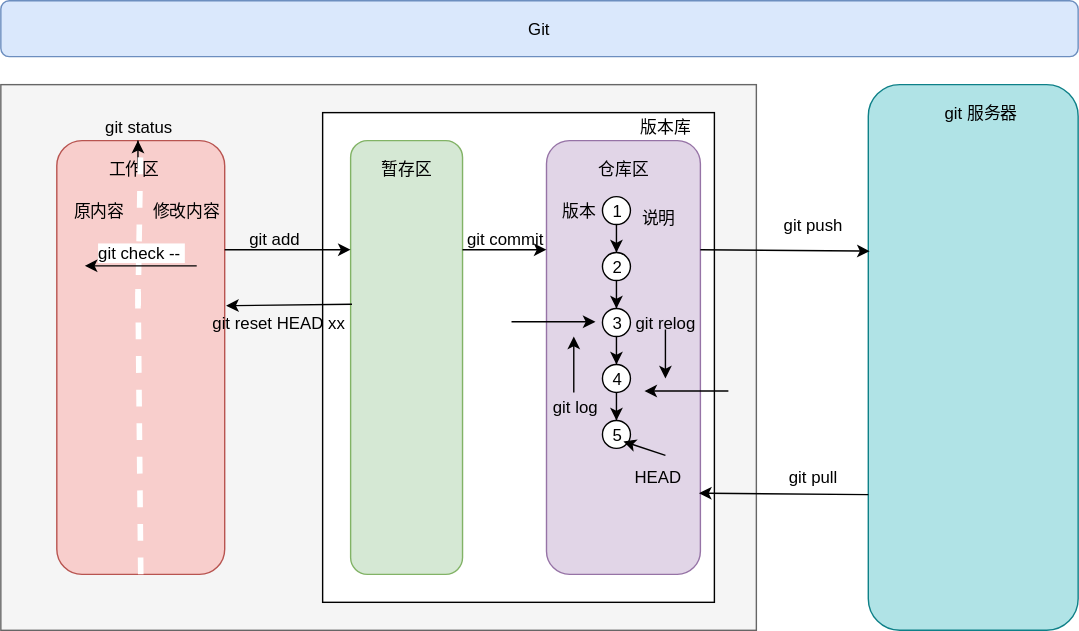
Earlier version of the draw.io export 03-工作流/images/git.svg (cd-home/Root). Source tidied: cells renumbered, new cells last; positions are measured from the earlier drawing's top-left corner, leaving out a move shared by most shapes.
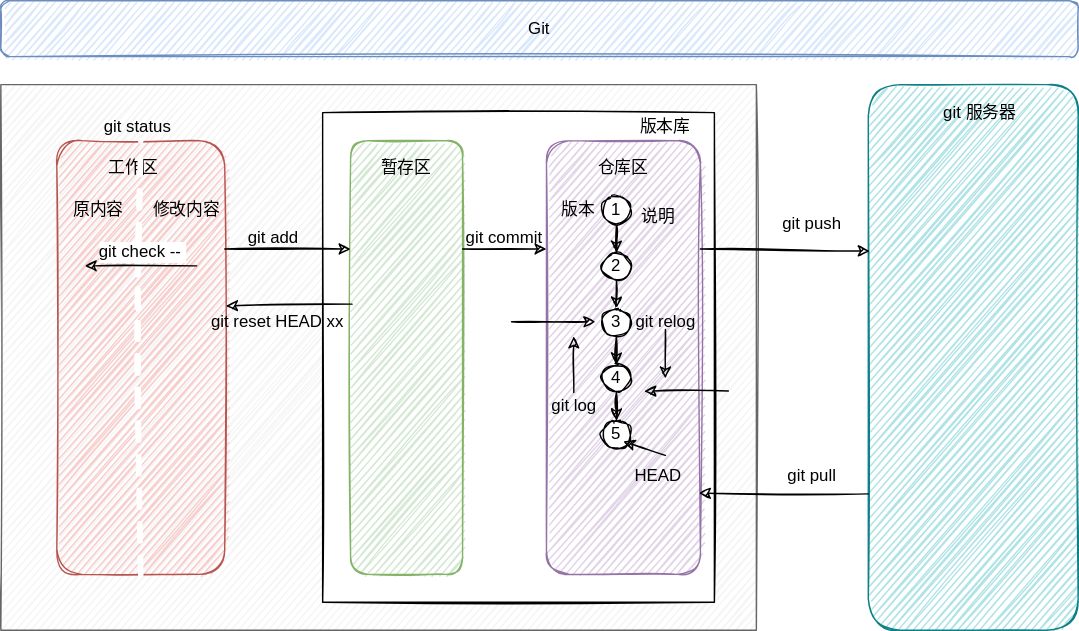
The same diagram one commit later.

What changed in the source:
```diff
@@ -2,175 +2,175 @@
   <root>
     <mxCell id="0" />
     <mxCell id="1" parent="0" />
-    <mxCell id="2" value="Git&lt;br&gt;" style="rounded=1;whiteSpace=wrap;html=1;fillColor=#dae8fc;strokeColor=#6c8ebf;" parent="1" vertex="1">
+    <mxCell id="2" value="Git&lt;br&gt;" style="rounded=1;whiteSpace=wrap;html=1;fillColor=#dae8fc;strokeColor=#6c8ebf;sketch=1;" parent="1" vertex="1">
       <mxGeometry width="770" height="40" as="geometry" />
     </mxCell>
-    <mxCell id="3" style="rounded=1;whiteSpace=wrap;html=1;fillColor=#b0e3e6;strokeColor=#0e8088;" parent="1" vertex="1">
+    <mxCell id="3" style="rounded=1;whiteSpace=wrap;html=1;fillColor=#b0e3e6;strokeColor=#0e8088;sketch=1;" parent="1" vertex="1">
       <mxGeometry x="620" y="60" width="150" height="390" as="geometry" />
     </mxCell>
-    <mxCell id="4" style="rounded=0;whiteSpace=wrap;html=1;fillColor=#f5f5f5;strokeColor=#666666;fontColor=#333333;" parent="1" vertex="1">
+    <mxCell id="4" style="rounded=0;whiteSpace=wrap;html=1;fillColor=#f5f5f5;strokeColor=#666666;fontColor=#333333;sketch=1;" parent="1" vertex="1">
       <mxGeometry y="60" width="540" height="390" as="geometry" />
     </mxCell>
-    <mxCell id="5" style="rounded=1;whiteSpace=wrap;html=1;fillColor=#f8cecc;strokeColor=#b85450;" parent="1" vertex="1">
+    <mxCell id="5" style="rounded=1;whiteSpace=wrap;html=1;fillColor=#f8cecc;strokeColor=#b85450;sketch=1;" parent="1" vertex="1">
       <mxGeometry x="40" y="100" width="120" height="310" as="geometry" />
     </mxCell>
-    <mxCell id="6" style="rounded=0;whiteSpace=wrap;html=1;" parent="1" vertex="1">
+    <mxCell id="6" style="rounded=0;whiteSpace=wrap;html=1;sketch=1;" parent="1" vertex="1">
       <mxGeometry x="230" y="80" width="280" height="350" as="geometry" />
     </mxCell>
-    <mxCell id="7" style="rounded=1;whiteSpace=wrap;html=1;fillColor=#d5e8d4;strokeColor=#82b366;" parent="1" vertex="1">
+    <mxCell id="7" style="rounded=1;whiteSpace=wrap;html=1;fillColor=#d5e8d4;strokeColor=#82b366;sketch=1;" parent="1" vertex="1">
       <mxGeometry x="250" y="100" width="80" height="310" as="geometry" />
     </mxCell>
-    <mxCell id="8" style="rounded=1;whiteSpace=wrap;html=1;fillColor=#e1d5e7;strokeColor=#9673a6;" parent="1" vertex="1">
+    <mxCell id="8" style="rounded=1;whiteSpace=wrap;html=1;fillColor=#e1d5e7;strokeColor=#9673a6;sketch=1;" parent="1" vertex="1">
       <mxGeometry x="390" y="100" width="110" height="310" as="geometry" />
     </mxCell>
-    <mxCell id="9" value="工作区" style="text;html=1;strokeColor=none;fillColor=none;align=center;verticalAlign=middle;whiteSpace=wrap;rounded=0;" parent="1" vertex="1">
+    <mxCell id="9" value="工作区" style="text;html=1;strokeColor=none;fillColor=none;align=center;verticalAlign=middle;whiteSpace=wrap;rounded=0;sketch=1;" parent="1" vertex="1">
       <mxGeometry x="50" y="110" width="90" height="20" as="geometry" />
     </mxCell>
-    <mxCell id="10" value="版本库" style="text;html=1;strokeColor=none;fillColor=none;align=center;verticalAlign=middle;whiteSpace=wrap;rounded=0;" parent="1" vertex="1">
+    <mxCell id="10" value="版本库" style="text;html=1;strokeColor=none;fillColor=none;align=center;verticalAlign=middle;whiteSpace=wrap;rounded=0;sketch=1;" parent="1" vertex="1">
       <mxGeometry x="450" y="80" width="50" height="20" as="geometry" />
     </mxCell>
-    <mxCell id="11" value="暂存区" style="text;html=1;strokeColor=none;fillColor=none;align=center;verticalAlign=middle;whiteSpace=wrap;rounded=0;" parent="1" vertex="1">
+    <mxCell id="11" value="暂存区" style="text;html=1;strokeColor=none;fillColor=none;align=center;verticalAlign=middle;whiteSpace=wrap;rounded=0;sketch=1;" parent="1" vertex="1">
       <mxGeometry x="270" y="110" width="40" height="20" as="geometry" />
     </mxCell>
-    <mxCell id="12" value="仓库区" style="text;html=1;strokeColor=none;fillColor=none;align=center;verticalAlign=middle;whiteSpace=wrap;rounded=0;" parent="1" vertex="1">
+    <mxCell id="12" value="仓库区" style="text;html=1;strokeColor=none;fillColor=none;align=center;verticalAlign=middle;whiteSpace=wrap;rounded=0;sketch=1;" parent="1" vertex="1">
       <mxGeometry x="425" y="110" width="40" height="20" as="geometry" />
     </mxCell>
-    <mxCell id="13" style="endArrow=classic;html=1;exitX=1;exitY=0.25;exitDx=0;exitDy=0;entryX=0;entryY=0.25;entryDx=0;entryDy=0;" parent="1" edge="1" source="5" target="7">
+    <mxCell id="13" style="endArrow=classic;html=1;exitX=1;exitY=0.25;exitDx=0;exitDy=0;entryX=0;entryY=0.25;entryDx=0;entryDy=0;sketch=1;" parent="1" edge="1" source="5" target="7">
       <mxGeometry relative="1" as="geometry" />
     </mxCell>
-    <mxCell id="14" value="git add" style="text;html=1;strokeColor=none;fillColor=none;align=center;verticalAlign=middle;whiteSpace=wrap;rounded=0;" parent="1" vertex="1">
+    <mxCell id="14" value="git add" style="text;html=1;strokeColor=none;fillColor=none;align=center;verticalAlign=middle;whiteSpace=wrap;rounded=0;sketch=1;" parent="1" vertex="1">
       <mxGeometry x="175" y="160" width="40" height="20" as="geometry" />
     </mxCell>
-    <mxCell id="15" style="endArrow=classic;html=1;exitX=1;exitY=0.25;exitDx=0;exitDy=0;entryX=0;entryY=0.25;entryDx=0;entryDy=0;" parent="1" edge="1" source="7" target="8">
+    <mxCell id="15" style="endArrow=classic;html=1;exitX=1;exitY=0.25;exitDx=0;exitDy=0;entryX=0;entryY=0.25;entryDx=0;entryDy=0;sketch=1;" parent="1" edge="1" source="7" target="8">
       <mxGeometry relative="1" as="geometry" />
     </mxCell>
-    <mxCell id="16" value="git commit" style="text;html=1;strokeColor=none;fillColor=none;align=center;verticalAlign=middle;whiteSpace=wrap;rounded=0;" parent="1" vertex="1">
+    <mxCell id="16" value="git commit" style="text;html=1;strokeColor=none;fillColor=none;align=center;verticalAlign=middle;whiteSpace=wrap;rounded=0;sketch=1;" parent="1" vertex="1">
       <mxGeometry x="330" y="160" width="60" height="20" as="geometry" />
     </mxCell>
-    <mxCell id="17" value="git status" style="text;html=1;strokeColor=none;fillColor=none;align=center;verticalAlign=middle;whiteSpace=wrap;rounded=0;" parent="1" vertex="1">
+    <mxCell id="17" value="git status" style="text;html=1;strokeColor=none;fillColor=none;align=center;verticalAlign=middle;whiteSpace=wrap;rounded=0;sketch=1;" parent="1" vertex="1">
       <mxGeometry x="62.5" y="80" width="70" height="20" as="geometry" />
     </mxCell>
-    <mxCell id="18" style="edgeStyle=orthogonalEdgeStyle;rounded=0;orthogonalLoop=1;jettySize=auto;html=1;exitX=0.5;exitY=1;exitDx=0;exitDy=0;" parent="1" edge="1" source="17" target="17">
+    <mxCell id="18" style="edgeStyle=orthogonalEdgeStyle;rounded=0;orthogonalLoop=1;jettySize=auto;html=1;exitX=0.5;exitY=1;exitDx=0;exitDy=0;sketch=1;" parent="1" edge="1" source="17" target="17">
       <mxGeometry relative="1" as="geometry" />
     </mxCell>
-    <mxCell id="19" value="git 服务器" style="text;html=1;strokeColor=none;fillColor=none;align=center;verticalAlign=middle;whiteSpace=wrap;rounded=0;" parent="1" vertex="1">
+    <mxCell id="19" value="git 服务器" style="text;html=1;strokeColor=none;fillColor=none;align=center;verticalAlign=middle;whiteSpace=wrap;rounded=0;sketch=1;" parent="1" vertex="1">
       <mxGeometry x="670" y="70" width="60" height="20" as="geometry" />
     </mxCell>
-    <mxCell id="20" style="edgeStyle=orthogonalEdgeStyle;rounded=0;jettySize=auto;html=1;" parent="1" edge="1" source="21" target="23">
+    <mxCell id="20" style="edgeStyle=orthogonalEdgeStyle;rounded=0;jettySize=auto;html=1;sketch=1;" parent="1" edge="1" source="21" target="23">
       <mxGeometry relative="1" as="geometry" />
     </mxCell>
-    <mxCell id="21" value="1" style="ellipse;whiteSpace=wrap;html=1;" parent="1" vertex="1">
+    <mxCell id="21" value="1" style="ellipse;whiteSpace=wrap;html=1;sketch=1;" parent="1" vertex="1">
       <mxGeometry x="430" y="140" width="20" height="20" as="geometry" />
     </mxCell>
-    <mxCell id="22" style="edgeStyle=orthogonalEdgeStyle;rounded=0;jettySize=auto;html=1;" parent="1" edge="1" source="23" target="25">
+    <mxCell id="22" style="edgeStyle=orthogonalEdgeStyle;rounded=0;jettySize=auto;html=1;sketch=1;" parent="1" edge="1" source="23" target="25">
       <mxGeometry relative="1" as="geometry" />
     </mxCell>
-    <mxCell id="23" value="2" style="ellipse;whiteSpace=wrap;html=1;" parent="1" vertex="1">
+    <mxCell id="23" value="2" style="ellipse;whiteSpace=wrap;html=1;sketch=1;" parent="1" vertex="1">
       <mxGeometry x="430" y="180" width="20" height="20" as="geometry" />
     </mxCell>
-    <mxCell id="24" style="edgeStyle=orthogonalEdgeStyle;rounded=0;jettySize=auto;html=1;" parent="1" edge="1" source="25" target="27">
+    <mxCell id="24" style="edgeStyle=orthogonalEdgeStyle;rounded=0;jettySize=auto;html=1;sketch=1;" parent="1" edge="1" source="25" target="27">
       <mxGeometry relative="1" as="geometry" />
     </mxCell>
-    <mxCell id="25" value="3" style="ellipse;whiteSpace=wrap;html=1;" parent="1" vertex="1">
+    <mxCell id="25" value="3" style="ellipse;whiteSpace=wrap;html=1;sketch=1;" parent="1" vertex="1">
       <mxGeometry x="430" y="220" width="20" height="20" as="geometry" />
     </mxCell>
-    <mxCell id="26" style="edgeStyle=orthogonalEdgeStyle;rounded=0;jettySize=auto;html=1;" parent="1" edge="1" source="27" target="28">
+    <mxCell id="26" style="edgeStyle=orthogonalEdgeStyle;rounded=0;jettySize=auto;html=1;sketch=1;" parent="1" edge="1" source="27" target="28">
       <mxGeometry relative="1" as="geometry" />
     </mxCell>
-    <mxCell id="27" value="4" style="ellipse;whiteSpace=wrap;html=1;" parent="1" vertex="1">
+    <mxCell id="27" value="4" style="ellipse;whiteSpace=wrap;html=1;sketch=1;" parent="1" vertex="1">
       <mxGeometry x="430" y="260" width="20" height="20" as="geometry" />
     </mxCell>
-    <mxCell id="28" value="5" style="ellipse;whiteSpace=wrap;html=1;" parent="1" vertex="1">
+    <mxCell id="28" value="5" style="ellipse;whiteSpace=wrap;html=1;sketch=1;" parent="1" vertex="1">
       <mxGeometry x="430" y="300" width="20" height="20" as="geometry" />
     </mxCell>
-    <mxCell id="29" style="endArrow=classic;html=1;" parent="1" edge="1">
+    <mxCell id="29" style="endArrow=classic;html=1;sketch=1;" parent="1" edge="1">
       <mxGeometry relative="1" as="geometry">
         <mxPoint x="475" y="325" as="sourcePoint" />
         <mxPoint x="445" y="315" as="targetPoint" />
       </mxGeometry>
     </mxCell>
-    <mxCell id="30" value="HEAD" style="text;html=1;strokeColor=none;fillColor=none;align=center;verticalAlign=middle;whiteSpace=wrap;rounded=0;" parent="1" vertex="1">
+    <mxCell id="30" value="HEAD" style="text;html=1;strokeColor=none;fillColor=none;align=center;verticalAlign=middle;whiteSpace=wrap;rounded=0;sketch=1;" parent="1" vertex="1">
       <mxGeometry x="450" y="330" width="40" height="20" as="geometry" />
     </mxCell>
-    <mxCell id="31" value="版本" style="text;html=1;strokeColor=none;fillColor=none;align=center;verticalAlign=middle;whiteSpace=wrap;rounded=0;" parent="1" vertex="1">
+    <mxCell id="31" value="版本" style="text;html=1;strokeColor=none;fillColor=none;align=center;verticalAlign=middle;whiteSpace=wrap;rounded=0;sketch=1;" parent="1" vertex="1">
       <mxGeometry x="393" y="140" width="40" height="20" as="geometry" />
     </mxCell>
-    <mxCell id="32" value="说明" style="text;html=1;strokeColor=none;fillColor=none;align=center;verticalAlign=middle;whiteSpace=wrap;rounded=0;" parent="1" vertex="1">
+    <mxCell id="32" value="说明" style="text;html=1;strokeColor=none;fillColor=none;align=center;verticalAlign=middle;whiteSpace=wrap;rounded=0;sketch=1;" parent="1" vertex="1">
       <mxGeometry x="450" y="145" width="40" height="20" as="geometry" />
     </mxCell>
-    <mxCell id="33" style="endArrow=none;dashed=1;html=1;entryX=0.5;entryY=0;entryDx=0;entryDy=0;exitX=0.5;exitY=1;exitDx=0;exitDy=0;strokeWidth=4;strokeColor=#FFFFFF;" parent="1" edge="1" target="5">
+    <mxCell id="33" style="endArrow=none;dashed=1;html=1;entryX=0.5;entryY=0;entryDx=0;entryDy=0;exitX=0.5;exitY=1;exitDx=0;exitDy=0;strokeWidth=4;strokeColor=#FFFFFF;sketch=1;" parent="1" edge="1" target="5">
       <mxGeometry relative="1" as="geometry">
         <mxPoint x="98" y="220" as="sourcePoint" />
       </mxGeometry>
     </mxCell>
-    <mxCell id="34" value="原内容" style="text;html=1;strokeColor=none;fillColor=none;align=center;verticalAlign=middle;whiteSpace=wrap;rounded=0;" parent="1" vertex="1">
+    <mxCell id="34" value="原内容" style="text;html=1;strokeColor=none;fillColor=none;align=center;verticalAlign=middle;whiteSpace=wrap;rounded=0;sketch=1;" parent="1" vertex="1">
       <mxGeometry x="50" y="140" width="40" height="20" as="geometry" />
     </mxCell>
-    <mxCell id="35" value="修改内容" style="text;html=1;strokeColor=none;fillColor=none;align=center;verticalAlign=middle;whiteSpace=wrap;rounded=0;" parent="1" vertex="1">
+    <mxCell id="35" value="修改内容" style="text;html=1;strokeColor=none;fillColor=none;align=center;verticalAlign=middle;whiteSpace=wrap;rounded=0;sketch=1;" parent="1" vertex="1">
       <mxGeometry x="107.5" y="140" width="50" height="20" as="geometry" />
     </mxCell>
-    <mxCell id="36" value="git log" style="text;html=1;strokeColor=none;fillColor=none;align=center;verticalAlign=middle;whiteSpace=wrap;rounded=0;" parent="1" vertex="1">
+    <mxCell id="36" value="git log" style="text;html=1;strokeColor=none;fillColor=none;align=center;verticalAlign=middle;whiteSpace=wrap;rounded=0;sketch=1;" parent="1" vertex="1">
       <mxGeometry x="390" y="280" width="40" height="20" as="geometry" />
     </mxCell>
-    <mxCell id="37" style="endArrow=classic;html=1;strokeColor=#000000;strokeWidth=1;" parent="1" edge="1">
+    <mxCell id="37" style="endArrow=classic;html=1;strokeColor=#000000;strokeWidth=1;sketch=1;" parent="1" edge="1">
       <mxGeometry relative="1" as="geometry">
         <mxPoint x="409.5" y="280" as="sourcePoint" />
         <mxPoint x="409.5" y="240" as="targetPoint" />
       </mxGeometry>
     </mxCell>
-    <mxCell id="38" style="endArrow=classic;html=1;strokeColor=#000000;strokeWidth=1;" parent="1" edge="1">
+    <mxCell id="38" style="endArrow=classic;html=1;strokeColor=#000000;strokeWidth=1;sketch=1;" parent="1" edge="1">
       <mxGeometry relative="1" as="geometry">
         <mxPoint x="365" y="229.5" as="sourcePoint" />
         <mxPoint x="425" y="229.5" as="targetPoint" />
       </mxGeometry>
     </mxCell>
-    <mxCell id="39" value="git relog" style="text;html=1;strokeColor=none;fillColor=none;align=center;verticalAlign=middle;whiteSpace=wrap;rounded=0;" parent="1" vertex="1">
+    <mxCell id="39" value="git relog" style="text;html=1;strokeColor=none;fillColor=none;align=center;verticalAlign=middle;whiteSpace=wrap;rounded=0;sketch=1;" parent="1" vertex="1">
       <mxGeometry x="447.5" y="220" width="55" height="20" as="geometry" />
     </mxCell>
-    <mxCell id="40" style="endArrow=classic;html=1;strokeColor=#000000;strokeWidth=1;" parent="1" edge="1">
+    <mxCell id="40" style="endArrow=classic;html=1;strokeColor=#000000;strokeWidth=1;sketch=1;" parent="1" edge="1">
       <mxGeometry relative="1" as="geometry">
         <mxPoint x="475" y="235" as="sourcePoint" />
         <mxPoint x="475" y="270" as="targetPoint" />
       </mxGeometry>
     </mxCell>
-    <mxCell id="41" style="endArrow=classic;html=1;strokeColor=#000000;strokeWidth=1;" parent="1" edge="1">
+    <mxCell id="41" style="endArrow=classic;html=1;strokeColor=#000000;strokeWidth=1;sketch=1;" parent="1" edge="1">
       <mxGeometry relative="1" as="geometry">
         <mxPoint x="520" y="279" as="sourcePoint" />
         <mxPoint x="460" y="279" as="targetPoint" />
       </mxGeometry>
     </mxCell>
-    <mxCell id="42" style="endArrow=classic;html=1;strokeColor=#000000;strokeWidth=1;exitX=1;exitY=0.25;exitDx=0;exitDy=0;entryX=0.007;entryY=0.305;entryDx=0;entryDy=0;entryPerimeter=0;" parent="1" edge="1" source="8" target="3">
+    <mxCell id="42" style="endArrow=classic;html=1;strokeColor=#000000;strokeWidth=1;exitX=1;exitY=0.25;exitDx=0;exitDy=0;entryX=0.007;entryY=0.305;entryDx=0;entryDy=0;entryPerimeter=0;sketch=1;" parent="1" edge="1" source="8" target="3">
       <mxGeometry relative="1" as="geometry" />
     </mxCell>
-    <mxCell id="43" style="endArrow=classic;html=1;strokeColor=#000000;strokeWidth=1;exitX=0;exitY=0.75;exitDx=0;exitDy=0;entryX=0.991;entryY=0.813;entryDx=0;entryDy=0;entryPerimeter=0;" parent="1" edge="1" source="3" target="8">
+    <mxCell id="43" style="endArrow=classic;html=1;strokeColor=#000000;strokeWidth=1;exitX=0;exitY=0.75;exitDx=0;exitDy=0;entryX=0.991;entryY=0.813;entryDx=0;entryDy=0;entryPerimeter=0;sketch=1;" parent="1" edge="1" source="3" target="8">
       <mxGeometry relative="1" as="geometry" />
     </mxCell>
-    <mxCell id="44" style="endArrow=classic;html=1;strokeColor=#000000;strokeWidth=1;exitX=0.013;exitY=0.377;exitDx=0;exitDy=0;exitPerimeter=0;entryX=1.008;entryY=0.381;entryDx=0;entryDy=0;entryPerimeter=0;" parent="1" edge="1" source="7" target="5">
+    <mxCell id="44" style="endArrow=classic;html=1;strokeColor=#000000;strokeWidth=1;exitX=0.013;exitY=0.377;exitDx=0;exitDy=0;exitPerimeter=0;entryX=1.008;entryY=0.381;entryDx=0;entryDy=0;entryPerimeter=0;sketch=1;" parent="1" edge="1" source="7" target="5">
       <mxGeometry relative="1" as="geometry" />
     </mxCell>
-    <mxCell id="45" style="endArrow=classic;html=1;strokeColor=#000000;strokeWidth=1;" parent="1" edge="1">
+    <mxCell id="45" style="endArrow=classic;html=1;strokeColor=#000000;strokeWidth=1;sketch=1;" parent="1" edge="1">
       <mxGeometry relative="1" as="geometry">
         <mxPoint x="140" y="189.5" as="sourcePoint" />
         <mxPoint x="60" y="189.5" as="targetPoint" />
       </mxGeometry>
     </mxCell>
-    <mxCell id="46" style="endArrow=none;dashed=1;html=1;entryX=0.5;entryY=0;entryDx=0;entryDy=0;exitX=0.5;exitY=1;exitDx=0;exitDy=0;strokeWidth=4;strokeColor=#FFFFFF;" parent="1" edge="1" source="5">
+    <mxCell id="46" style="endArrow=none;dashed=1;html=1;entryX=0.5;entryY=0;entryDx=0;entryDy=0;exitX=0.5;exitY=1;exitDx=0;exitDy=0;strokeWidth=4;strokeColor=#FFFFFF;sketch=1;" parent="1" edge="1" source="5">
       <mxGeometry relative="1" as="geometry">
         <mxPoint x="98" y="200" as="targetPoint" />
       </mxGeometry>
     </mxCell>
-    <mxCell id="47" value="git check --&amp;nbsp;" style="text;html=1;align=center;verticalAlign=middle;labelBackgroundColor=#ffffff;" parent="46" vertex="1">
+    <mxCell id="47" value="git check --&amp;nbsp;" style="text;html=1;align=center;verticalAlign=middle;labelBackgroundColor=#ffffff;sketch=1;" parent="46" vertex="1">
       <mxGeometry x="0.9" y="-3" relative="1" as="geometry">
         <mxPoint x="-1" y="-31" as="offset" />
       </mxGeometry>
     </mxCell>
-    <mxCell id="48" value="&lt;span&gt;git reset HEAD xx&lt;/span&gt;" style="text;html=1;strokeColor=none;fillColor=none;align=center;verticalAlign=middle;whiteSpace=wrap;rounded=0;" parent="1" vertex="1">
+    <mxCell id="48" value="&lt;span&gt;git reset HEAD xx&lt;/span&gt;" style="text;html=1;strokeColor=none;fillColor=none;align=center;verticalAlign=middle;whiteSpace=wrap;rounded=0;sketch=1;" parent="1" vertex="1">
       <mxGeometry x="132.5" y="220" width="130" height="20" as="geometry" />
     </mxCell>
-    <mxCell id="49" value="git push" style="text;html=1;strokeColor=none;fillColor=none;align=center;verticalAlign=middle;whiteSpace=wrap;rounded=0;" parent="1" vertex="1">
+    <mxCell id="49" value="git push" style="text;html=1;strokeColor=none;fillColor=none;align=center;verticalAlign=middle;whiteSpace=wrap;rounded=0;sketch=1;" parent="1" vertex="1">
       <mxGeometry x="550" y="150" width="60" height="20" as="geometry" />
     </mxCell>
-    <mxCell id="50" value="git pull" style="text;html=1;strokeColor=none;fillColor=none;align=center;verticalAlign=middle;whiteSpace=wrap;rounded=0;" parent="1" vertex="1">
+    <mxCell id="50" value="git pull" style="text;html=1;strokeColor=none;fillColor=none;align=center;verticalAlign=middle;whiteSpace=wrap;rounded=0;sketch=1;" parent="1" vertex="1">
       <mxGeometry x="550" y="330" width="60" height="20" as="geometry" />
     </mxCell>
   </root>
```
